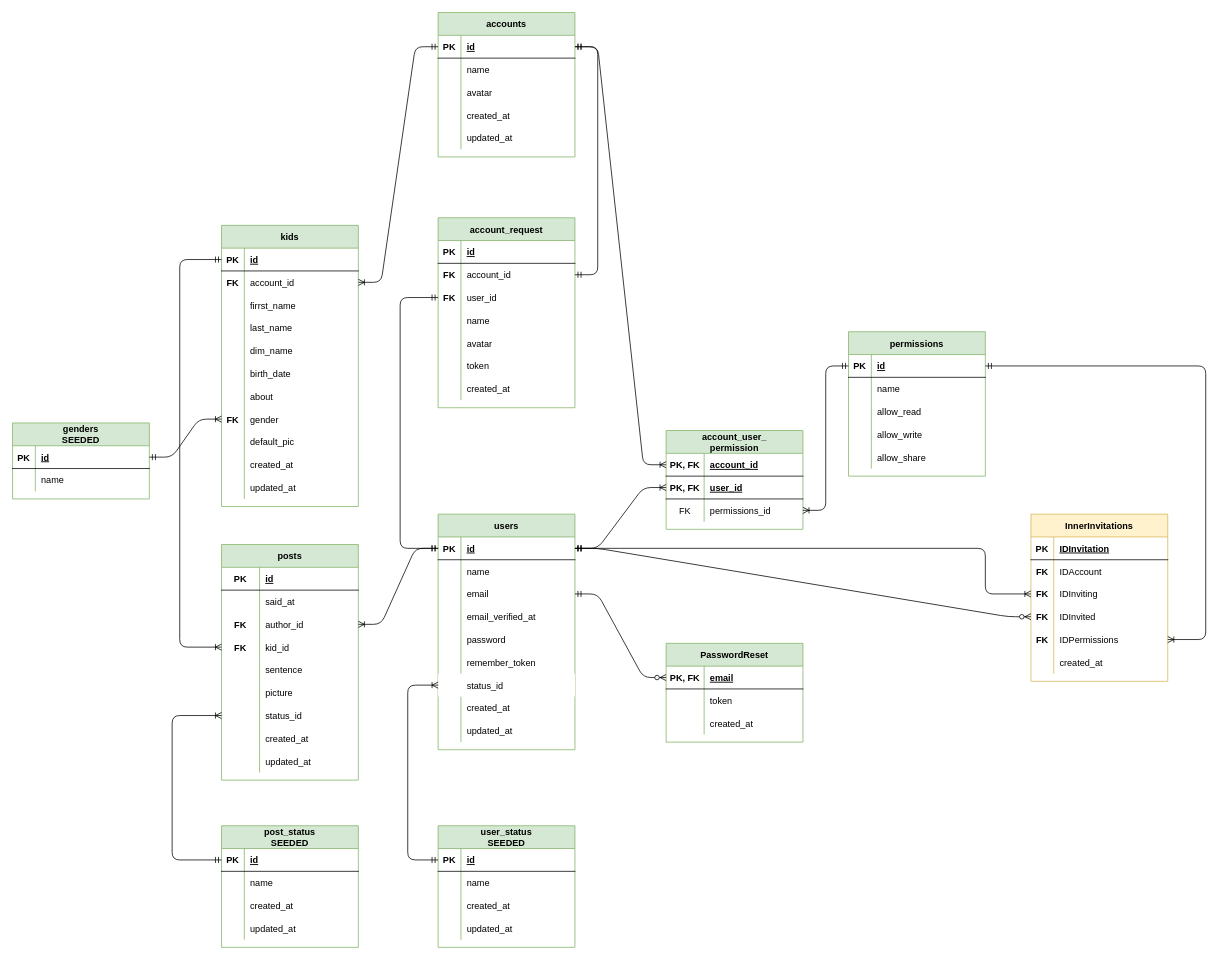
Earlier version of the draw.io diagram ERD_tataamarcinv3.drawio (donsledzion/tata3). Source tidied: cells renumbered, new cells numbered last; positions are measured from the earlier drawing's top-left corner, leaving out a move shared by most shapes. Both pictures are drawn from the tidied source at 76%, with x=0, y=0 at pixel (12, 12).
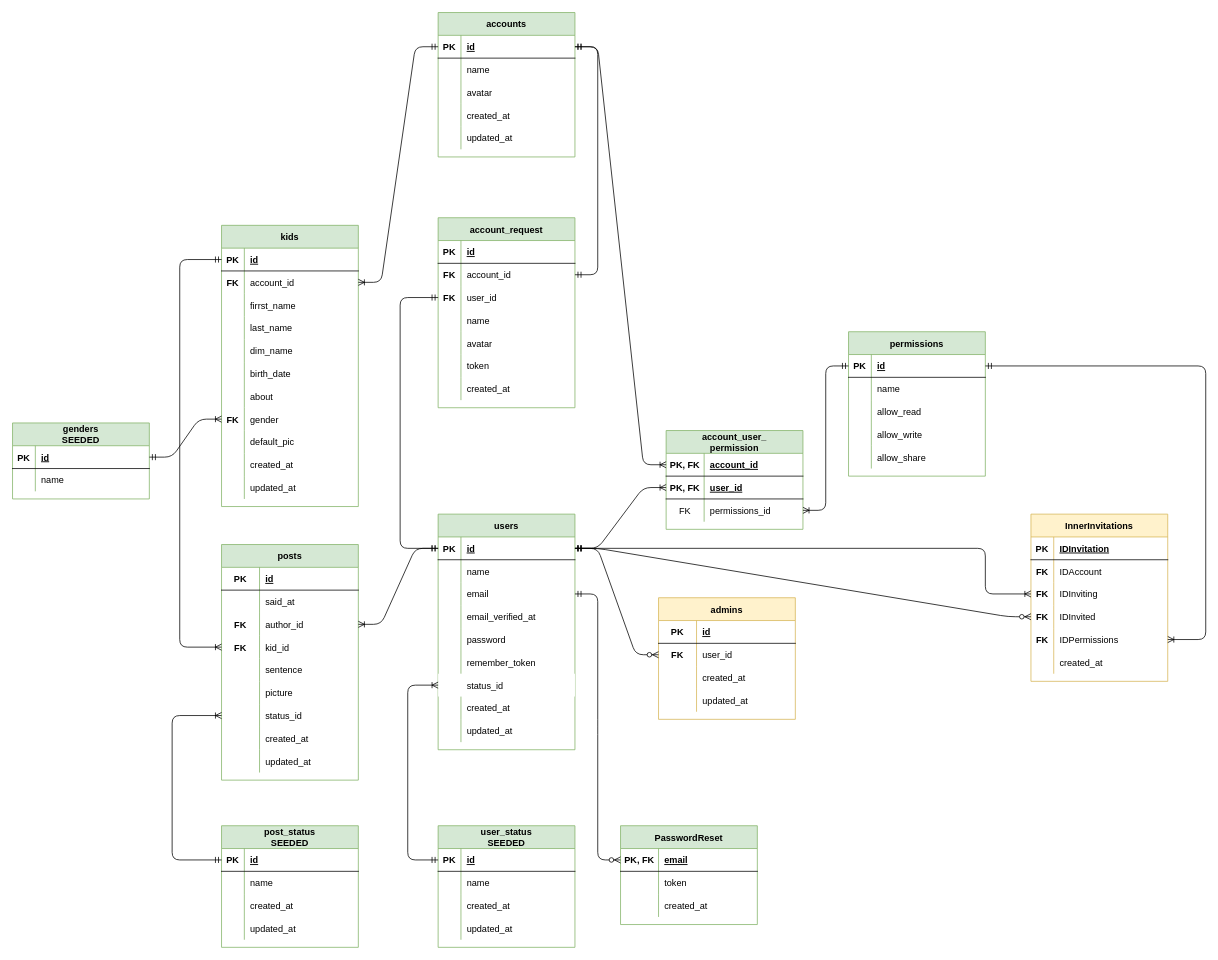
The same page after the edit.

The change refers to these unchanged cells:
```xml
<mxCell id="47" style="shape=partialRectangle;fillColor=none;top=0;left=0;bottom=1;right=0;points=[[0,0.5],[1,0.5]];portConstraint=eastwest;" parent="46" vertex="1">
  <mxGeometry y="30" width="180" height="30" as="geometry" />
</mxCell>
```

The edit, as a diff of the source:
```diff
@@
     <mxCell id="140" value="PasswordReset" style="shape=table;startSize=30;childLayout=tableLayout;rowLines=0;fontStyle=1;align=center;fillColor=#d5e8d4;strokeColor=#82b366;" parent="1" vertex="1">
-      <mxGeometry x="860" y="830" width="180" height="130" as="geometry" />
+      <mxGeometry x="800" y="1070" width="180" height="130" as="geometry" />
     </mxCell>
@@
+    <mxCell id="233" value="admins" style="shape=table;startSize=30;childLayout=tableLayout;rowLines=0;fontStyle=1;align=center;fillColor=#fff2cc;strokeColor=#d6b656;" parent="1" vertex="1">
+      <mxGeometry x="850" y="770" width="180" height="160" as="geometry" />
+    </mxCell>
+    <mxCell id="234" style="shape=partialRectangle;fillColor=none;top=0;left=0;bottom=1;right=0;" parent="233" vertex="1">
+      <mxGeometry y="30" width="180" height="30" as="geometry" />
+    </mxCell>
+    <mxCell id="235" value="PK" style="shape=partialRectangle;fillColor=none;top=0;left=0;bottom=0;right=0;fontStyle=1;overflow=hidden;" parent="234" vertex="1">
+      <mxGeometry width="50" height="30" as="geometry" />
+    </mxCell>
+    <mxCell id="236" value="id" style="shape=partialRectangle;fillColor=none;top=0;left=0;bottom=0;right=0;align=left;spacingLeft=6;fontStyle=5;overflow=hidden;" parent="234" vertex="1">
+      <mxGeometry x="50" width="130" height="30" as="geometry" />
+    </mxCell>
+    <mxCell id="237" style="shape=partialRectangle;fillColor=none;top=0;left=0;bottom=0;right=0;points=[[0,0.5],[1,0.5]];portConstraint=eastwest;" parent="233" vertex="1">
+      <mxGeometry y="60" width="180" height="30" as="geometry" />
+    </mxCell>
+    <mxCell id="238" value="FK" style="shape=partialRectangle;fillColor=none;top=0;left=0;bottom=0;right=0;overflow=hidden;fontStyle=1;" parent="237" vertex="1">
+      <mxGeometry width="50" height="30" as="geometry" />
+    </mxCell>
+    <mxCell id="239" value="user_id" style="shape=partialRectangle;fillColor=none;top=0;left=0;bottom=0;right=0;align=left;spacingLeft=6;overflow=hidden;" parent="237" vertex="1">
+      <mxGeometry x="50" width="130" height="30" as="geometry" />
+    </mxCell>
+    <mxCell id="240" style="shape=partialRectangle;fillColor=none;top=0;left=0;bottom=0;right=0;" parent="233" vertex="1">
+      <mxGeometry y="90" width="180" height="30" as="geometry" />
+    </mxCell>
+    <mxCell id="241" style="shape=partialRectangle;fillColor=none;top=0;left=0;bottom=0;right=0;overflow=hidden;" parent="240" vertex="1">
+      <mxGeometry width="50" height="30" as="geometry" />
+    </mxCell>
+    <mxCell id="242" value="created_at" style="shape=partialRectangle;fillColor=none;top=0;left=0;bottom=0;right=0;align=left;spacingLeft=6;overflow=hidden;" parent="240" vertex="1">
+      <mxGeometry x="50" width="130" height="30" as="geometry" />
+    </mxCell>
+    <mxCell id="243" style="shape=partialRectangle;fillColor=none;top=0;left=0;bottom=0;right=0;" parent="233" vertex="1">
+      <mxGeometry y="120" width="180" height="30" as="geometry" />
+    </mxCell>
+    <mxCell id="244" style="shape=partialRectangle;fillColor=none;top=0;left=0;bottom=0;right=0;overflow=hidden;" parent="243" vertex="1">
+      <mxGeometry width="50" height="30" as="geometry" />
+    </mxCell>
+    <mxCell id="245" value="updated_at" style="shape=partialRectangle;fillColor=none;top=0;left=0;bottom=0;right=0;align=left;spacingLeft=6;overflow=hidden;" parent="243" vertex="1">
+      <mxGeometry x="50" width="130" height="30" as="geometry" />
+    </mxCell>
+    <mxCell id="246" style="edgeStyle=entityRelationEdgeStyle;fontSize=12;html=1;endArrow=ERzeroToMany;startArrow=ERmandOne;exitX=1;exitY=0.5;exitDx=0;exitDy=0;entryX=0;entryY=0.5;entryDx=0;entryDy=0;" parent="1" edge="1" source="47" target="237">
+      <mxGeometry relative="1" as="geometry" />
+    </mxCell>
```
